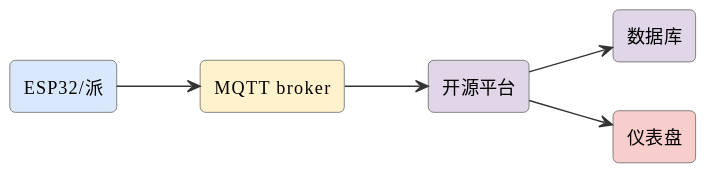
The PlantUML diagram assets/diagrams/ideas-fig103.svg in mingyi0818/IntelligentMcuCourse, before a commit.
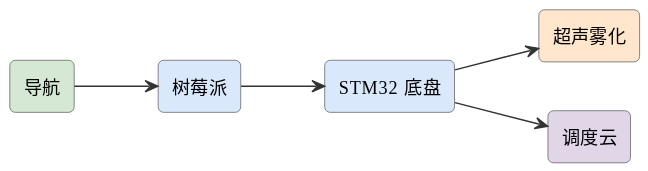
After the change.

What changed in the source:
```diff
@@ -6,13 +6,13 @@
 skinparam arrowFontSize 11
 skinparam arrowColor #333
 left to right direction
-rectangle "ESP32/派" as node #dae8fc
-rectangle "MQTT broker" as mqtt #fff2cc
-rectangle "开源平台" as plat #e1d5e8
-rectangle "数据库" as db #e1d5e8
-rectangle "仪表盘" as web #f8cecc
-node --> mqtt
-mqtt --> plat
-plat --> db
-plat --> web
+rectangle "导航" as nav #d5e8d4
+rectangle "树莓派" as pi #dae8fc
+rectangle "STM32 底盘" as stm #dae8fc
+rectangle "超声雾化" as mist #ffe6cc
+rectangle "调度云" as cloud #e1d5e8
+nav --> pi
+pi --> stm
+stm --> mist
+stm --> cloud
 @enduml
```
